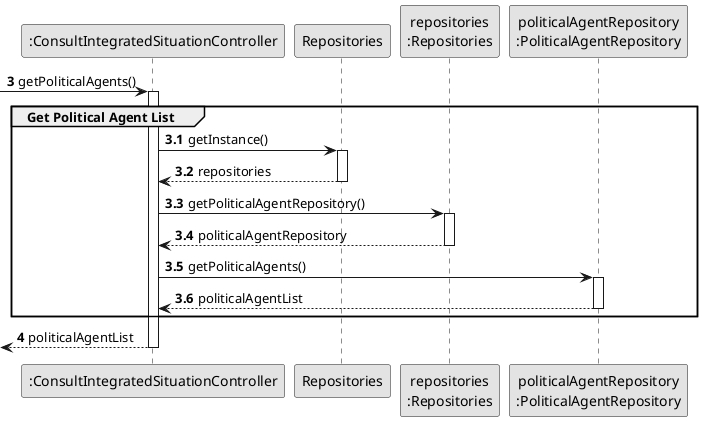
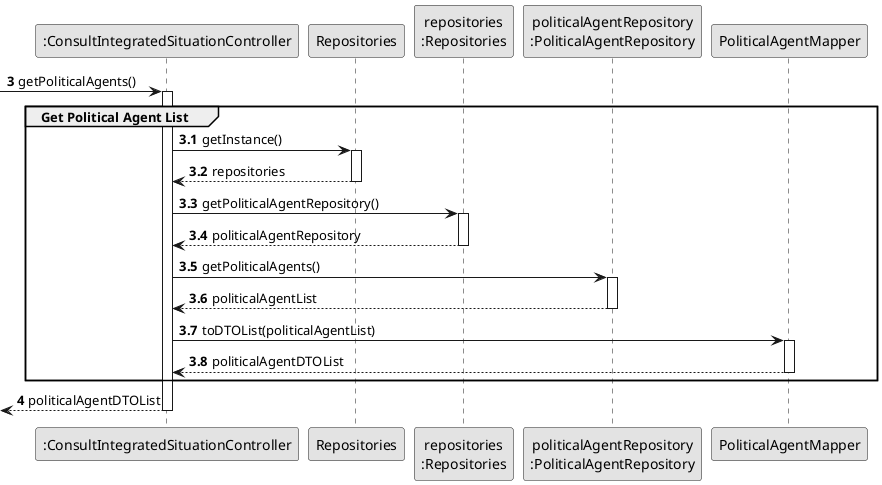
@startuml
skinparam monochrome true
skinparam packageStyle rectangle
skinparam shadowing false

autonumber

participant ":ConsultIntegratedSituationController" as CTRL
participant "Repositories" as REPOS
participant "repositories\n:Repositories" as REPOS_SINGLETON
participant "politicalAgentRepository\n:PoliticalAgentRepository" as AGENT_REPO
+ participant "PoliticalAgentMapper" as AGENT_MAPPER

autonumber 3

 -> CTRL : getPoliticalAgents()
autonumber 3.1
activate CTRL
    group Get Political Agent List

        CTRL -> REPOS : getInstance()
        activate REPOS
            REPOS --> CTRL : repositories
        deactivate REPOS

        CTRL -> REPOS_SINGLETON : getPoliticalAgentRepository()
        activate REPOS_SINGLETON
            REPOS_SINGLETON --> CTRL : politicalAgentRepository
        deactivate REPOS_SINGLETON

        CTRL -> AGENT_REPO : getPoliticalAgents()
        activate AGENT_REPO
            AGENT_REPO --> CTRL : politicalAgentList
        deactivate AGENT_REPO

+         CTRL -> AGENT_MAPPER : toDTOList(politicalAgentList)
+         activate AGENT_MAPPER
+             AGENT_MAPPER --> CTRL : politicalAgentDTOList
+         deactivate AGENT_MAPPER
+ 
    end
    autonumber 4
-     <-- CTRL : politicalAgentList
+     <-- CTRL : politicalAgentDTOList
deactivate CTRL

- @enduml+ @enduml
